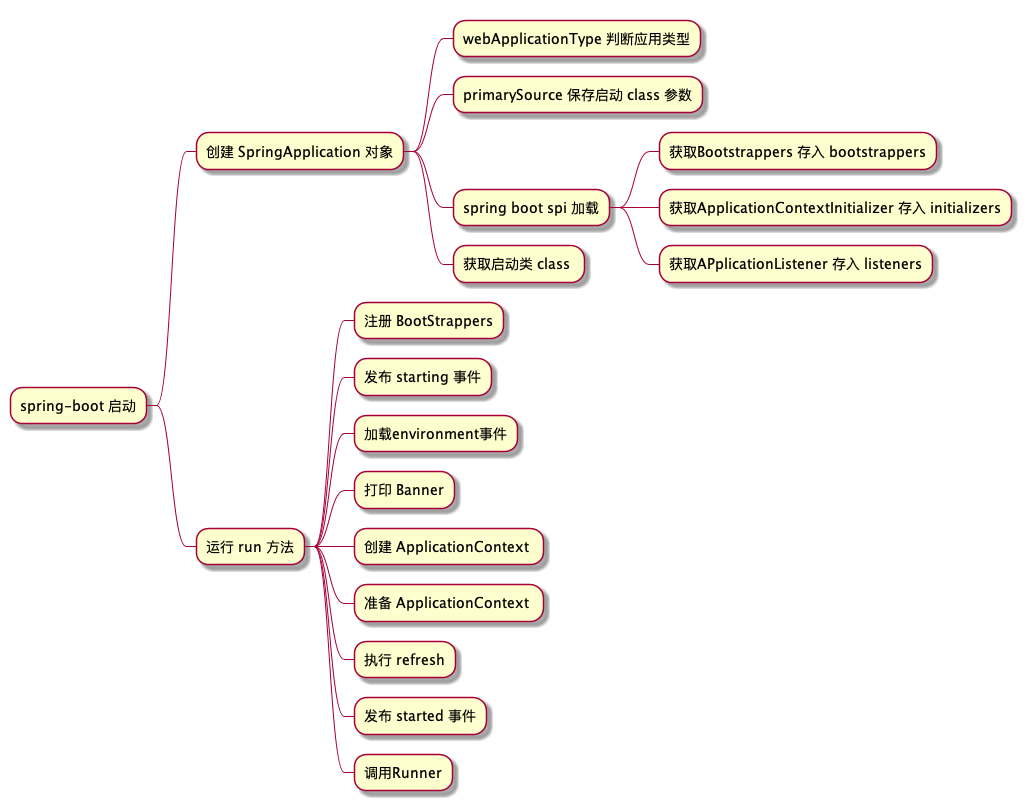
huyiyu/md keeps this PlantUML diagram as spring-boot/springboot-1.png. Above is the earlier version. Its diagram source:
```plantuml
@startmindmap
* spring-boot 启动
** 创建 SpringApplication 对象
*** webApplicationType 判断应用类型
*** primarySource 保存启动 class 参数
*** spring boot spi 加载
**** 获取Bootstrappers 存入 bootstrappers
**** 获取ApplicationContextInitializer 存入 initializers
**** 获取APplicationListener 存入 listeners
*** 获取启动类 class
** 运行 run 方法
*** 注册 BootStrappers
*** 发布 starting 事件
*** 加载environment事件
*** 打印 Banner
*** 创建 ApplicationContext
*** 准备 ApplicationContext
*** 执行 refresh
*** 发布 started 事件
*** 调用Runner
@endmindmap
```
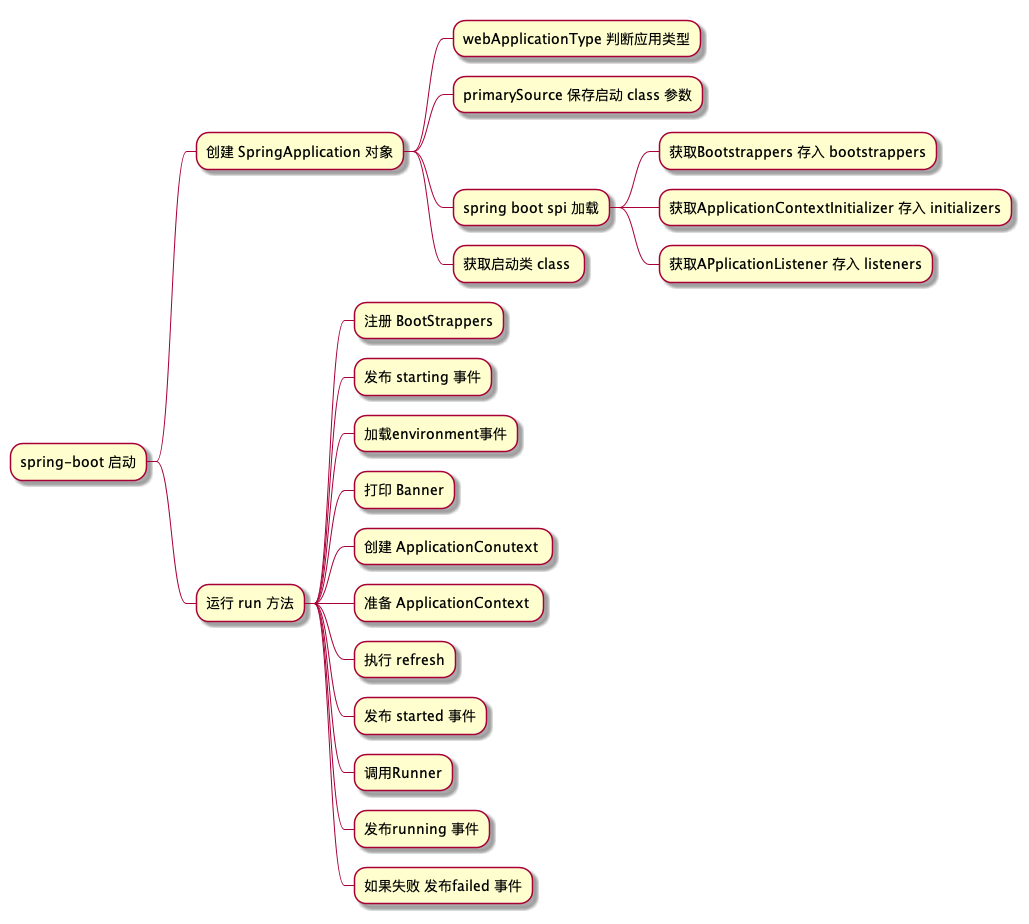
Above is the later version.

The edit, as a diff of the source:
```diff
@@ -13,9 +13,11 @@
 *** 发布 starting 事件
 *** 加载environment事件
 *** 打印 Banner
-*** 创建 ApplicationContext
+*** 创建 ApplicationConutext
 *** 准备 ApplicationContext
 *** 执行 refresh
 *** 发布 started 事件
 *** 调用Runner
+*** 发布running 事件
+*** 如果失败 发布failed 事件
 @endmindmap
```
